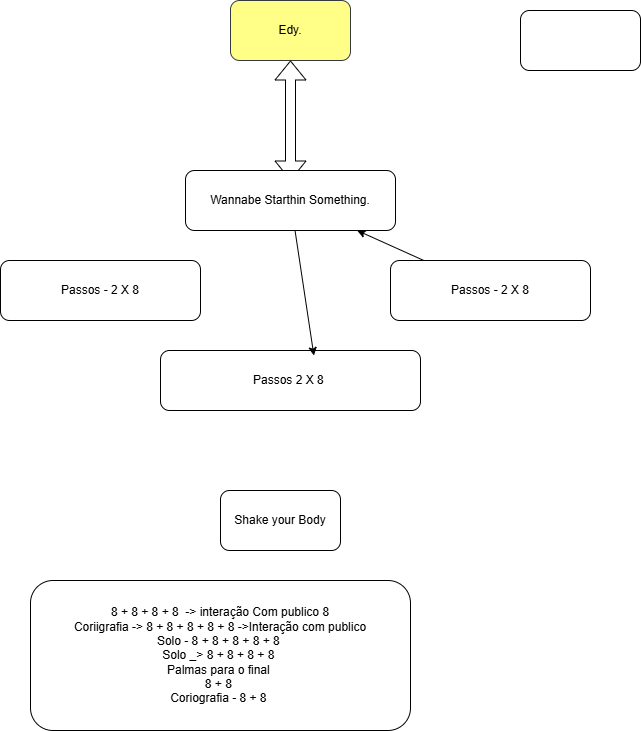
The draw.io diagram Drawio.drawio.png in edskate/Engles_2026_12_02-, before a commit. Source tidied: cells renumbered, new cells last; positions are measured from the earlier drawing's top-left corner, leaving out a move shared by most shapes.
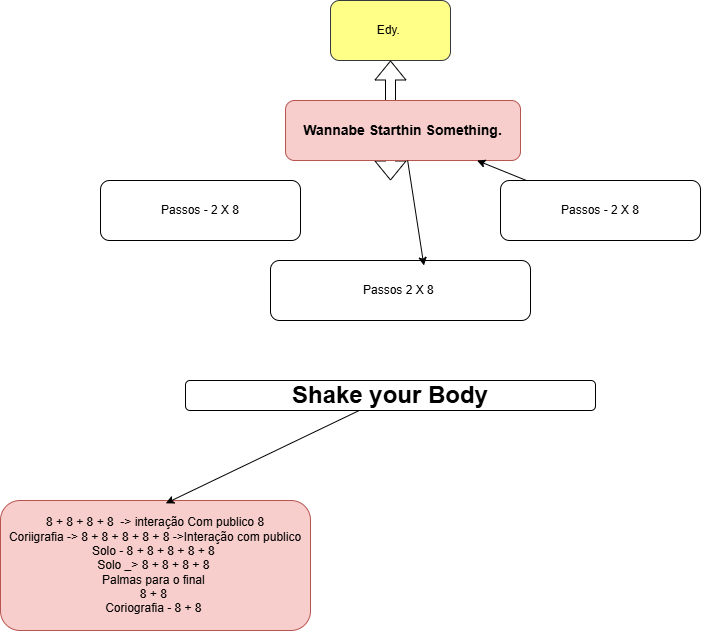
After the commit.

The edit, as a diff of the source:
```diff
@@ -2,7 +2,7 @@
   <root>
     <mxCell id="0" />
     <mxCell id="1" parent="0" />
-    <mxCell id="2" value="Edy." style="rounded=1;whiteSpace=wrap;html=1;fillColor=#ffff88;strokeColor=#36393d;" parent="1" vertex="1">
+    <mxCell id="2" value="Edy.&amp;nbsp;" style="rounded=1;whiteSpace=wrap;html=1;fillColor=#ffff88;strokeColor=#36393d;" parent="1" vertex="1">
       <mxGeometry x="230" width="120" height="60" as="geometry" />
     </mxCell>
     <mxCell id="3" style="shape=flexArrow;endArrow=classic;startArrow=classic;html=1;entryX=0.5;entryY=1;entryDx=0;entryDy=0;exitX=0.5;exitY=0;exitDx=0;exitDy=0;" parent="1" edge="1" target="2">
@@ -10,32 +10,32 @@
         <mxPoint x="290" y="180" as="sourcePoint" />
       </mxGeometry>
     </mxCell>
-    <mxCell id="4" value="Wannabe Starthin Something." style="rounded=1;whiteSpace=wrap;html=1;" parent="1" vertex="1">
-      <mxGeometry x="185" y="170" width="210" height="60" as="geometry" />
+    <mxCell id="4" value="&lt;b&gt;&lt;font style=&quot;font-size: 14px;&quot;&gt;Wannabe Starthin Something.&lt;/font&gt;&lt;/b&gt;" style="rounded=1;whiteSpace=wrap;html=1;fillColor=#f8cecc;strokeColor=#b85450;" parent="1" vertex="1">
+      <mxGeometry x="185" y="100" width="235" height="60" as="geometry" />
     </mxCell>
     <mxCell id="5" value="Passos - 2 X 8" style="rounded=1;whiteSpace=wrap;html=1;" parent="1" vertex="1">
-      <mxGeometry y="260" width="200" height="60" as="geometry" />
+      <mxGeometry y="180" width="200" height="60" as="geometry" />
     </mxCell>
     <mxCell id="6" value="Passos 2 X 8&amp;nbsp;" style="rounded=1;whiteSpace=wrap;html=1;" parent="1" vertex="1">
-      <mxGeometry x="160" y="350" width="260" height="60" as="geometry" />
+      <mxGeometry x="170" y="260" width="260" height="60" as="geometry" />
     </mxCell>
-    <mxCell id="7" style="rounded=1;whiteSpace=wrap;html=1;" parent="1" vertex="1">
-      <mxGeometry x="520" y="10" width="120" height="60" as="geometry" />
-    </mxCell>
     <mxCell id="8" style="edgeStyle=none;html=1;" parent="1" edge="1" source="9" target="4">
       <mxGeometry relative="1" as="geometry" />
     </mxCell>
     <mxCell id="9" value="Passos - 2 X 8" style="rounded=1;whiteSpace=wrap;html=1;" parent="1" vertex="1">
-      <mxGeometry x="390" y="260" width="200" height="60" as="geometry" />
+      <mxGeometry x="400" y="180" width="200" height="60" as="geometry" />
     </mxCell>
     <mxCell id="10" style="edgeStyle=none;html=1;entryX=0.59;entryY=0.085;entryDx=0;entryDy=0;entryPerimeter=0;" parent="1" edge="1" source="4" target="6">
       <mxGeometry relative="1" as="geometry" />
     </mxCell>
-    <mxCell id="11" value="Shake your Body" style="rounded=1;whiteSpace=wrap;html=1;" parent="1" vertex="1">
-      <mxGeometry x="220" y="490" width="120" height="60" as="geometry" />
+    <mxCell id="11" value="&lt;font style=&quot;font-size: 24px;&quot;&gt;&lt;b&gt;Shake your Body&lt;/b&gt;&lt;/font&gt;" style="rounded=1;whiteSpace=wrap;html=1;" parent="1" vertex="1">
+      <mxGeometry x="85" y="380" width="410" height="30" as="geometry" />
     </mxCell>
-    <mxCell id="12" value="8 + 8 + 8 + 8&amp;nbsp; -&amp;gt; interação Com publico 8&lt;div&gt;Coriigrafia -&amp;gt; 8 + 8 + 8 + 8 + 8 -&amp;gt;Interação com publico&lt;/div&gt;&lt;div&gt;Solo - 8 + 8 + 8 + 8 + 8&amp;nbsp;&lt;/div&gt;&lt;div&gt;Solo _&amp;gt; 8 + 8 + 8 + 8&amp;nbsp;&lt;/div&gt;&lt;div&gt;Palmas para o final&amp;nbsp;&lt;/div&gt;&lt;div&gt;8 + 8&amp;nbsp;&lt;/div&gt;&lt;div&gt;Coriografia - 8 + 8&amp;nbsp;&lt;/div&gt;" style="rounded=1;whiteSpace=wrap;html=1;" parent="1" vertex="1">
-      <mxGeometry x="30" y="580" width="380" height="150" as="geometry" />
+    <mxCell id="12" value="8 + 8 + 8 + 8&amp;nbsp; -&amp;gt; interação Com publico 8&lt;div&gt;Coriigrafia -&amp;gt; 8 + 8 + 8 + 8 + 8 -&amp;gt;Interação com publico&lt;/div&gt;&lt;div&gt;Solo - 8 + 8 + 8 + 8 + 8&amp;nbsp;&lt;/div&gt;&lt;div&gt;Solo _&amp;gt; 8 + 8 + 8 + 8&amp;nbsp;&lt;/div&gt;&lt;div&gt;Palmas para o final&amp;nbsp;&lt;/div&gt;&lt;div&gt;8 + 8&amp;nbsp;&lt;/div&gt;&lt;div&gt;Coriografia - 8 + 8&amp;nbsp;&lt;/div&gt;" style="rounded=1;whiteSpace=wrap;html=1;fillColor=#f8cecc;strokeColor=#b85450;" parent="1" vertex="1">
+      <mxGeometry x="-100" y="500" width="310" height="130" as="geometry" />
     </mxCell>
+    <mxCell id="13" style="edgeStyle=none;html=1;entryX=0.533;entryY=0.022;entryDx=0;entryDy=0;entryPerimeter=0;" parent="1" edge="1" source="11" target="12">
+      <mxGeometry relative="1" as="geometry" />
+    </mxCell>
   </root>
 </mxGraphModel>
```
